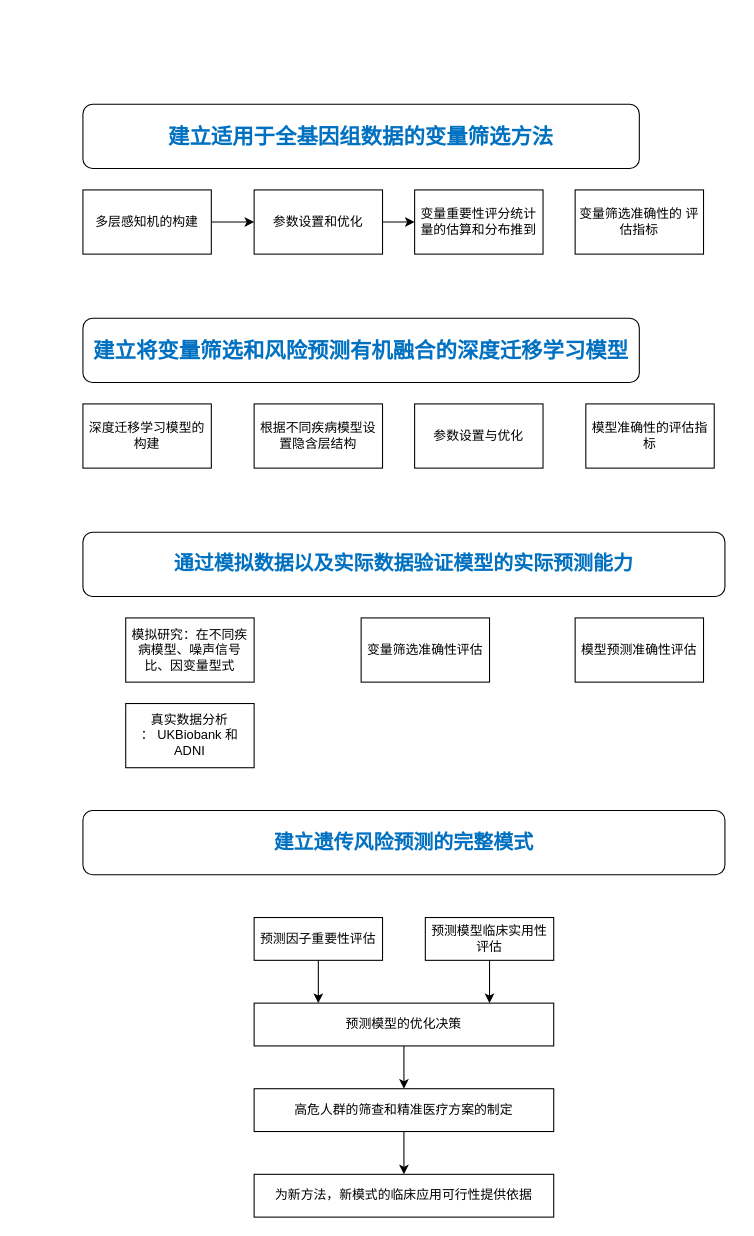
Before: pathnew.drawio in YaluWen/try, a draw.io diagram. Source tidied: cells renumbered, new cells numbered last; positions are measured from the earlier drawing's top-left corner, leaving out a move shared by most shapes. Both pictures are drawn from the tidied source at 107%, with x=0, y=0 at pixel (82, 104).
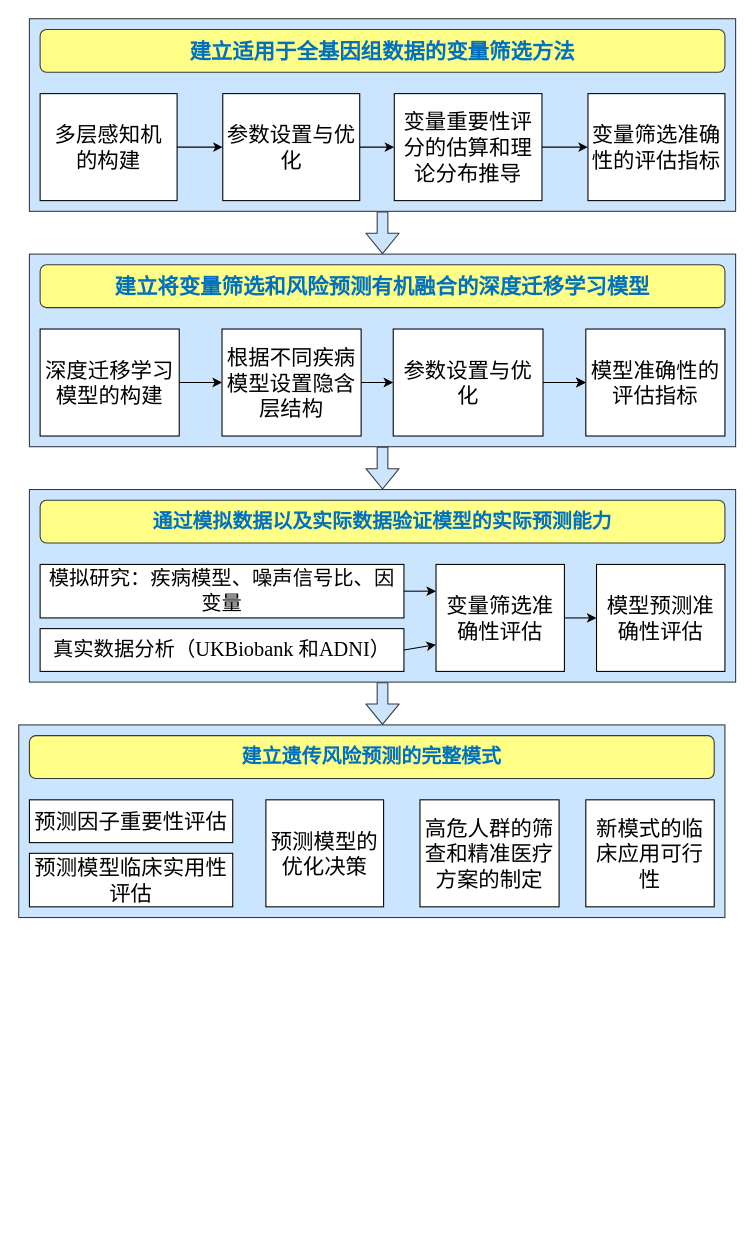
The same diagram, later.

Change to the diagram source:
```diff
@@
+    <mxCell id="29" style="group;" parent="1" vertex="1">
+      <mxGeometry x="-50" y="-80" width="660" height="180" as="geometry" />
+    </mxCell>
+    <mxCell id="30" style="rounded=0;whiteSpace=wrap;html=1;fillColor=#cce5ff;strokeColor=#36393d;" parent="29" vertex="1">
+      <mxGeometry width="660" height="180" as="geometry" />
+    </mxCell>
+    <mxCell id="4" value="&lt;font style=&quot;font-size: 20px&quot;&gt;&lt;b&gt;&lt;span style=&quot;font-family: &amp;#34;kaiti&amp;#34; ; color: rgb(0 , 112 , 193)&quot; lang=&quot;ZH-CN&quot;&gt;建立适用于全基因组数据的变量筛选方法&lt;/span&gt;&lt;/b&gt;&lt;/font&gt;" style="rounded=1;whiteSpace=wrap;html=1;fillColor=#ffff88;strokeColor=#36393d;" parent="29" vertex="1">
+      <mxGeometry x="10" y="10" width="640" height="40" as="geometry" />
+    </mxCell>
+    <mxCell id="3" value="&lt;div style=&quot;font-size: 20px&quot;&gt;&lt;font style=&quot;font-size: 20px&quot;&gt;多层感知机&lt;/font&gt;&lt;/div&gt;&lt;div style=&quot;font-size: 20px&quot;&gt;&lt;font style=&quot;font-size: 20px&quot;&gt;的构建&lt;/font&gt;&lt;/div&gt;" style="rounded=0;whiteSpace=wrap;html=1;" parent="29" vertex="1">
+      <mxGeometry x="10" y="70" width="128" height="100" as="geometry" />
+    </mxCell>
+    <mxCell id="6" value="&lt;font style=&quot;font-size: 20px&quot;&gt;参数设置与优化&lt;/font&gt;" style="whiteSpace=wrap;html=1;rounded=0;" parent="29" vertex="1">
+      <mxGeometry x="180.7" y="70" width="128" height="100" as="geometry" />
+    </mxCell>
-    <mxCell id="2" style="edgeStyle=orthogonalEdgeStyle;rounded=0;jettySize=auto;html=1;" parent="1" edge="1" source="3" target="6">
-      <mxGeometry relative="1" as="geometry" />
+    <mxCell id="2" style="edgeStyle=orthogonalEdgeStyle;rounded=0;jettySize=auto;html=1;" parent="29" edge="1" source="3" target="6">
+      <mxGeometry x="10" y="70" as="geometry" />
     </mxCell>
-    <mxCell id="3" value="多层感知机的构建" style="rounded=0;whiteSpace=wrap;html=1;" parent="1" vertex="1">
-      <mxGeometry y="80" width="120" height="60" as="geometry" />
-    </mxCell>
-    <mxCell id="4" value="&lt;font style=&quot;font-size: 20px&quot;&gt;&lt;b&gt;&lt;span style=&quot;font-family: &amp;#34;kaiti&amp;#34; ; color: rgb(0 , 112 , 193)&quot; lang=&quot;ZH-CN&quot;&gt;建立适用于全基因组数据的变量筛选方法&lt;/span&gt;&lt;/b&gt;&lt;/font&gt;" style="rounded=1;whiteSpace=wrap;html=1;" parent="1" vertex="1">
-      <mxGeometry width="520" height="60" as="geometry" />
-    </mxCell>
+    <mxCell id="7" value="&lt;font style=&quot;font-size: 20px&quot;&gt;变量重要性评分的估算和理论分布推导&lt;/font&gt;" style="whiteSpace=wrap;html=1;rounded=0;" parent="29" vertex="1">
+      <mxGeometry x="341" y="70" width="138" height="100" as="geometry" />
+    </mxCell>
-    <mxCell id="5" style="edgeStyle=orthogonalEdgeStyle;rounded=0;jettySize=auto;html=1;" parent="1" edge="1" source="6" target="7">
-      <mxGeometry relative="1" as="geometry" />
+    <mxCell id="5" style="edgeStyle=orthogonalEdgeStyle;rounded=0;jettySize=auto;html=1;" parent="29" edge="1" source="6" target="7">
+      <mxGeometry x="10" y="70" as="geometry" />
     </mxCell>
-    <mxCell id="6" value="参数设置和优化" style="whiteSpace=wrap;html=1;rounded=0;" parent="1" vertex="1">
-      <mxGeometry x="160" y="80" width="120" height="60" as="geometry" />
-    </mxCell>
-    <mxCell id="7" value="变量重要性评分统计量的估算和分布推到" style="whiteSpace=wrap;html=1;rounded=0;" parent="1" vertex="1">
-      <mxGeometry x="310" y="80" width="120" height="60" as="geometry" />
-    </mxCell>
+    <mxCell id="12" value="&lt;font style=&quot;font-size: 20px&quot;&gt;变量筛选准确性的评估指标&lt;/font&gt;" style="rounded=0;whiteSpace=wrap;html=1;" parent="29" vertex="1">
+      <mxGeometry x="522" y="70" width="128" height="100" as="geometry" />
+    </mxCell>
+    <mxCell id="31" style="edgeStyle=orthogonalEdgeStyle;rounded=0;jettySize=auto;html=1;" parent="29" edge="1" source="7" target="12">
+      <mxGeometry x="10" y="70" as="geometry" />
+    </mxCell>
+    <mxCell id="32" style="group;" parent="1" vertex="1">
+      <mxGeometry x="-50" y="140" width="660" height="180" as="geometry" />
+    </mxCell>
+    <mxCell id="33" style="rounded=0;whiteSpace=wrap;html=1;fillColor=#cce5ff;strokeColor=#36393d;" parent="32" vertex="1">
+      <mxGeometry width="660" height="180" as="geometry" />
+    </mxCell>
-    <mxCell id="8" value="&lt;font style=&quot;font-size: 20px&quot;&gt;&lt;b&gt;&lt;span style=&quot;font-family: &amp;#34;kaiti&amp;#34; ; color: rgb(0 , 112 , 193)&quot; lang=&quot;ZH-CN&quot;&gt;建立将变量筛选和风险预测有机融合的深度迁移学习模型&lt;/span&gt;&lt;/b&gt;&lt;/font&gt;" style="rounded=1;whiteSpace=wrap;html=1;" parent="1" vertex="1">
-      <mxGeometry y="200" width="520" height="60" as="geometry" />
+    <mxCell id="8" value="&lt;font style=&quot;font-size: 20px&quot;&gt;&lt;b&gt;&lt;span style=&quot;font-family: &amp;#34;kaiti&amp;#34; ; color: rgb(0 , 112 , 193)&quot; lang=&quot;ZH-CN&quot;&gt;建立将变量筛选和风险预测有机融合的深度迁移学习模型&lt;/span&gt;&lt;/b&gt;&lt;/font&gt;" style="rounded=1;whiteSpace=wrap;html=1;fillColor=#ffff88;strokeColor=#36393d;" parent="32" vertex="1">
+      <mxGeometry x="10" y="10" width="640" height="40" as="geometry" />
     </mxCell>
+    <mxCell id="34" style="edgeStyle=orthogonalEdgeStyle;rounded=0;orthogonalLoop=1;jettySize=auto;html=1;exitX=0.5;exitY=1;exitDx=0;exitDy=0;" parent="32" edge="1" source="8" target="8">
+      <mxGeometry relative="1" as="geometry" />
+    </mxCell>
-    <mxCell id="9" value="深度迁移学习模型的构建" style="rounded=0;whiteSpace=wrap;html=1;" parent="1" vertex="1">
-      <mxGeometry y="280" width="120" height="60" as="geometry" />
+    <mxCell id="9" value="&lt;font style=&quot;font-size: 20px&quot;&gt;深度迁移学习模型的构建&lt;/font&gt;" style="rounded=0;whiteSpace=wrap;html=1;" parent="32" vertex="1">
+      <mxGeometry x="10" y="70" width="130" height="100" as="geometry" />
     </mxCell>
-    <mxCell id="10" value="参数设置与优化" style="rounded=0;whiteSpace=wrap;html=1;" parent="1" vertex="1">
-      <mxGeometry x="310" y="280" width="120" height="60" as="geometry" />
+    <mxCell id="10" value="&lt;font style=&quot;font-size: 20px&quot;&gt;参数设置与优化&lt;/font&gt;" style="rounded=0;whiteSpace=wrap;html=1;" parent="32" vertex="1">
+      <mxGeometry x="340" y="70" width="140" height="100" as="geometry" />
     </mxCell>
-    <mxCell id="11" value="模型准确性的评估指标" style="rounded=0;whiteSpace=wrap;html=1;" parent="1" vertex="1">
-      <mxGeometry x="470" y="280" width="120" height="60" as="geometry" />
+    <mxCell id="11" value="&lt;font style=&quot;font-size: 20px&quot;&gt;模型准确性的评估指标&lt;/font&gt;" style="rounded=0;whiteSpace=wrap;html=1;" parent="32" vertex="1">
+      <mxGeometry x="520" y="70" width="130" height="100" as="geometry" />
     </mxCell>
-    <mxCell id="12" value="变量筛选准确性的 评估指标" style="rounded=0;whiteSpace=wrap;html=1;" parent="1" vertex="1">
-      <mxGeometry x="460" y="80" width="120" height="60" as="geometry" />
-    </mxCell>
+    <mxCell id="35" style="edgeStyle=orthogonalEdgeStyle;rounded=0;jettySize=auto;html=1;" parent="32" edge="1" source="10" target="11">
+      <mxGeometry relative="1" as="geometry" />
+    </mxCell>
+    <mxCell id="36" style="edgeStyle=orthogonalEdgeStyle;rounded=0;jettySize=auto;html=1;" parent="32" edge="1" source="10" target="11">
+      <mxGeometry x="50" y="70" as="geometry" />
+    </mxCell>
+    <mxCell id="37" style="edgeStyle=orthogonalEdgeStyle;rounded=0;jettySize=auto;html=1;" parent="32" edge="1" source="13" target="10">
+      <mxGeometry x="50" y="70" as="geometry" />
+    </mxCell>
-    <mxCell id="13" value="根据不同疾病模型设置隐含层结构" style="rounded=0;whiteSpace=wrap;html=1;" parent="1" vertex="1">
-      <mxGeometry x="160" y="280" width="120" height="60" as="geometry" />
+    <mxCell id="13" value="&lt;font style=&quot;font-size: 20px&quot;&gt;根据不同疾病模型设置隐含层结构&lt;/font&gt;" style="rounded=0;whiteSpace=wrap;html=1;" parent="32" vertex="1">
+      <mxGeometry x="180" y="70" width="130" height="100" as="geometry" />
     </mxCell>
+    <mxCell id="38" style="edgeStyle=orthogonalEdgeStyle;rounded=0;jettySize=auto;html=1;" parent="32" edge="1" source="9" target="13">
+      <mxGeometry x="50" y="70" as="geometry" />
+    </mxCell>
+    <mxCell id="39" style="shape=flexArrow;endArrow=classic;html=1;exitX=0.5;exitY=1;exitDx=0;exitDy=0;entryX=0.5;entryY=0;entryDx=0;entryDy=0;fillColor=#cce5ff;strokeColor=#36393d;" parent="1" edge="1" source="30" target="33">
+      <mxGeometry relative="1" as="geometry" />
+    </mxCell>
+    <mxCell id="40" style="group;" parent="1" vertex="1">
+      <mxGeometry x="-50" y="360" width="660" height="180" as="geometry" />
+    </mxCell>
+    <mxCell id="41" style="rounded=0;whiteSpace=wrap;html=1;fillColor=#cce5ff;strokeColor=#36393d;" parent="40" vertex="1">
+      <mxGeometry width="660" height="180" as="geometry" />
+    </mxCell>
-    <mxCell id="14" value="&lt;b&gt;&lt;span style=&quot;font-size: 14.0pt ; font-family: &amp;#34;kaiti&amp;#34; ; color: #0070c1&quot; lang=&quot;ZH-CN&quot;&gt;通过模拟数据以及实际数据验证模型的实际预测能力&lt;/span&gt;&lt;span style=&quot;font-size: 14.0pt ; font-family: &amp;#34;times new roman&amp;#34; ; color: #0070c1&quot;&gt;&lt;/span&gt;&lt;/b&gt;" style="rounded=1;whiteSpace=wrap;html=1;" parent="1" vertex="1">
-      <mxGeometry y="400" width="600" height="60" as="geometry" />
+    <mxCell id="14" value="&lt;b&gt;&lt;span style=&quot;font-size: 14.0pt ; font-family: &amp;#34;kaiti&amp;#34; ; color: #0070c1&quot; lang=&quot;ZH-CN&quot;&gt;通过模拟数据以及实际数据验证模型的实际预测能力&lt;/span&gt;&lt;span style=&quot;font-size: 14.0pt ; font-family: &amp;#34;times new roman&amp;#34; ; color: #0070c1&quot;&gt;&lt;/span&gt;&lt;/b&gt;" style="rounded=1;whiteSpace=wrap;html=1;fillColor=#ffff88;strokeColor=#36393d;" parent="40" vertex="1">
+      <mxGeometry x="10" y="10" width="640" height="40" as="geometry" />
     </mxCell>
-    <mxCell id="15" value="&lt;div&gt;模拟研究：在不同疾病模型、噪声信号比、因变量型式&lt;/div&gt;" style="rounded=0;whiteSpace=wrap;html=1;" parent="1" vertex="1">
-      <mxGeometry x="40" y="480" width="120" height="60" as="geometry" />
+    <mxCell id="15" value="&lt;div style=&quot;font-size: 19px&quot;&gt;模拟研究：疾病模型、噪声信号比、因变量&lt;/div&gt;" style="rounded=0;whiteSpace=wrap;html=1;" parent="40" vertex="1">
+      <mxGeometry x="10" y="70" width="340" height="50" as="geometry" />
     </mxCell>
-    <mxCell id="16" value="变量筛选准确性评估" style="rounded=0;whiteSpace=wrap;html=1;" parent="1" vertex="1">
-      <mxGeometry x="260" y="480" width="120" height="60" as="geometry" />
+    <mxCell id="16" value="&lt;font style=&quot;font-size: 20px&quot;&gt;变量筛选准确性评估&lt;/font&gt;" style="rounded=0;whiteSpace=wrap;html=1;" parent="40" vertex="1">
+      <mxGeometry x="380" y="70" width="120" height="100" as="geometry" />
     </mxCell>
-    <mxCell id="17" value="模型预测准确性评估" style="rounded=0;whiteSpace=wrap;html=1;" parent="1" vertex="1">
-      <mxGeometry x="460" y="480" width="120" height="60" as="geometry" />
+    <mxCell id="17" value="&lt;font style=&quot;font-size: 20px&quot;&gt;模型预测准确性评估&lt;/font&gt;" style="rounded=0;whiteSpace=wrap;html=1;" parent="40" vertex="1">
+      <mxGeometry x="530" y="70" width="120" height="100" as="geometry" />
     </mxCell>
-    <mxCell id="18" value="&lt;div&gt;真实数据分析&lt;/div&gt;： UKBiobank 和ADNI" style="rounded=0;whiteSpace=wrap;html=1;" parent="1" vertex="1">
-      <mxGeometry x="40" y="560" width="120" height="60" as="geometry" />
+    <mxCell id="18" value="&lt;div style=&quot;font-size: 19px&quot;&gt;&lt;font style=&quot;font-size: 19px&quot; face=&quot;Times New Roman&quot;&gt;真实数据分析&lt;/font&gt;&lt;font style=&quot;font-size: 19px&quot; face=&quot;Times New Roman&quot;&gt;（UKBiobank 和ADNI）&lt;/font&gt;&lt;/div&gt;" style="rounded=0;whiteSpace=wrap;html=1;" parent="40" vertex="1">
+      <mxGeometry x="10" y="130" width="340" height="40" as="geometry" />
     </mxCell>
+    <mxCell id="42" style="endArrow=classic;html=1;exitX=1;exitY=0.5;exitDx=0;exitDy=0;entryX=0;entryY=0.25;entryDx=0;entryDy=0;" parent="40" edge="1" source="15" target="16">
+      <mxGeometry relative="1" as="geometry" />
+    </mxCell>
+    <mxCell id="43" style="endArrow=classic;html=1;exitX=1;exitY=0.5;exitDx=0;exitDy=0;entryX=0;entryY=0.75;entryDx=0;entryDy=0;" parent="40" edge="1" source="18" target="16">
+      <mxGeometry relative="1" as="geometry" />
+    </mxCell>
+    <mxCell id="44" style="endArrow=classic;html=1;exitX=1;exitY=0.5;exitDx=0;exitDy=0;entryX=0;entryY=0.5;entryDx=0;entryDy=0;" parent="40" edge="1" source="16" target="17">
+      <mxGeometry relative="1" as="geometry" />
+    </mxCell>
+    <mxCell id="45" style="shape=flexArrow;endArrow=classic;html=1;exitX=0.5;exitY=1;exitDx=0;exitDy=0;entryX=0.5;entryY=0;entryDx=0;entryDy=0;fillColor=#cce5ff;strokeColor=#36393d;" parent="1" edge="1">
+      <mxGeometry relative="1" as="geometry">
+        <mxPoint x="280" y="320" as="sourcePoint" />
+        <mxPoint x="280" y="360" as="targetPoint" />
+      </mxGeometry>
+    </mxCell>
+    <mxCell id="46" style="group;" parent="1" vertex="1">
+      <mxGeometry x="-60" y="580" width="660" height="180" as="geometry" />
+    </mxCell>
+    <mxCell id="47" style="rounded=0;whiteSpace=wrap;html=1;fillColor=#cce5ff;strokeColor=#36393d;" parent="46" vertex="1">
+      <mxGeometry width="660" height="180" as="geometry" />
+    </mxCell>
-    <mxCell id="19" value="&lt;b&gt;&lt;span style=&quot;font-size: 14.0pt ; font-family: &amp;#34;kaiti&amp;#34; ; color: #0070c1&quot; lang=&quot;ZH-CN&quot;&gt;建立遗传风险预测的完整模式&lt;/span&gt;&lt;/b&gt;" style="rounded=1;whiteSpace=wrap;html=1;" parent="1" vertex="1">
-      <mxGeometry y="660" width="600" height="60" as="geometry" />
+    <mxCell id="19" value="&lt;b&gt;&lt;span style=&quot;font-size: 14.0pt ; font-family: &amp;#34;kaiti&amp;#34; ; color: #0070c1&quot; lang=&quot;ZH-CN&quot;&gt;建立遗传风险预测的完整模式&lt;/span&gt;&lt;/b&gt;" style="rounded=1;whiteSpace=wrap;html=1;fillColor=#ffff88;strokeColor=#36393d;" parent="46" vertex="1">
+      <mxGeometry x="10" y="10" width="640" height="40" as="geometry" />
     </mxCell>
-    <mxCell id="20" value="预测因子重要性评估" style="rounded=0;whiteSpace=wrap;html=1;" parent="1" vertex="1">
-      <mxGeometry x="160" y="760" width="120" height="40" as="geometry" />
+    <mxCell id="20" value="&lt;font style=&quot;font-size: 20px&quot;&gt;预测因子重要性评估&lt;/font&gt;" style="rounded=0;whiteSpace=wrap;html=1;" parent="46" vertex="1">
+      <mxGeometry x="10" y="70" width="190" height="40" as="geometry" />
     </mxCell>
-    <mxCell id="21" value="预测模型临床实用性评估" style="rounded=0;whiteSpace=wrap;html=1;" parent="1" vertex="1">
-      <mxGeometry x="320" y="760" width="120" height="40" as="geometry" />
+    <mxCell id="21" value="&lt;font style=&quot;font-size: 20px&quot;&gt;预测模型临床实用性评估&lt;/font&gt;" style="rounded=0;whiteSpace=wrap;html=1;" parent="46" vertex="1">
+      <mxGeometry x="10" y="120" width="190" height="50" as="geometry" />
     </mxCell>
-    <mxCell id="22" value="预测模型的优化决策" style="rounded=0;whiteSpace=wrap;html=1;" parent="1" vertex="1">
-      <mxGeometry x="160" y="840" width="280" height="40" as="geometry" />
+    <mxCell id="22" value="&lt;font style=&quot;font-size: 20px&quot;&gt;预测模型的优化决策&lt;/font&gt;" style="rounded=0;whiteSpace=wrap;html=1;" parent="46" vertex="1">
+      <mxGeometry x="231" y="70" width="110" height="100" as="geometry" />
     </mxCell>
-    <mxCell id="23" style="endArrow=classic;html=1;exitX=0.5;exitY=1;exitDx=0;exitDy=0;" parent="1" edge="1" source="20">
-      <mxGeometry relative="1" as="geometry">
-        <mxPoint x="220" y="840" as="targetPoint" />
-      </mxGeometry>
-    </mxCell>
-    <mxCell id="24" style="endArrow=classic;html=1;exitX=0.5;exitY=1;exitDx=0;exitDy=0;" parent="1" edge="1" source="21">
-      <mxGeometry relative="1" as="geometry">
-        <mxPoint x="380" y="840" as="targetPoint" />
-      </mxGeometry>
-    </mxCell>
-    <mxCell id="25" value="高危人群的筛查和精准医疗方案的制定" style="whiteSpace=wrap;html=1;rounded=0;" parent="1" vertex="1">
-      <mxGeometry x="160" y="920" width="280" height="40" as="geometry" />
+    <mxCell id="25" value="&lt;font style=&quot;font-size: 20px&quot;&gt;高危人群的筛查和精准医疗方案的制定&lt;/font&gt;" style="whiteSpace=wrap;html=1;rounded=0;" parent="46" vertex="1">
+      <mxGeometry x="375" y="70" width="130" height="100" as="geometry" />
     </mxCell>
-    <mxCell id="26" style="edgeStyle=orthogonalEdgeStyle;rounded=0;jettySize=auto;html=1;" parent="1" edge="1" source="22" target="25">
-      <mxGeometry relative="1" as="geometry" />
-    </mxCell>
-    <mxCell id="27" value="为新方法，新模式的临床应用可行性提供依据" style="whiteSpace=wrap;html=1;rounded=0;" parent="1" vertex="1">
-      <mxGeometry x="160" y="1000" width="280" height="40" as="geometry" />
+    <mxCell id="27" value="&lt;font style=&quot;font-size: 20px&quot;&gt;新模式的临床应用可行性&lt;/font&gt;" style="whiteSpace=wrap;html=1;rounded=0;" parent="46" vertex="1">
+      <mxGeometry x="530" y="70" width="120" height="100" as="geometry" />
     </mxCell>
-    <mxCell id="28" style="edgeStyle=orthogonalEdgeStyle;rounded=0;jettySize=auto;html=1;" parent="1" edge="1" source="25" target="27">
-      <mxGeometry relative="1" as="geometry" />
-    </mxCell>
+    <mxCell id="48" style="shape=flexArrow;endArrow=classic;html=1;exitX=0.5;exitY=1;exitDx=0;exitDy=0;entryX=0.5;entryY=0;entryDx=0;entryDy=0;fillColor=#cce5ff;strokeColor=#36393d;" parent="1" edge="1">
+      <mxGeometry relative="1" as="geometry">
+        <mxPoint x="280" y="540" as="sourcePoint" />
+        <mxPoint x="280" y="580" as="targetPoint" />
+      </mxGeometry>
+    </mxCell>
```
